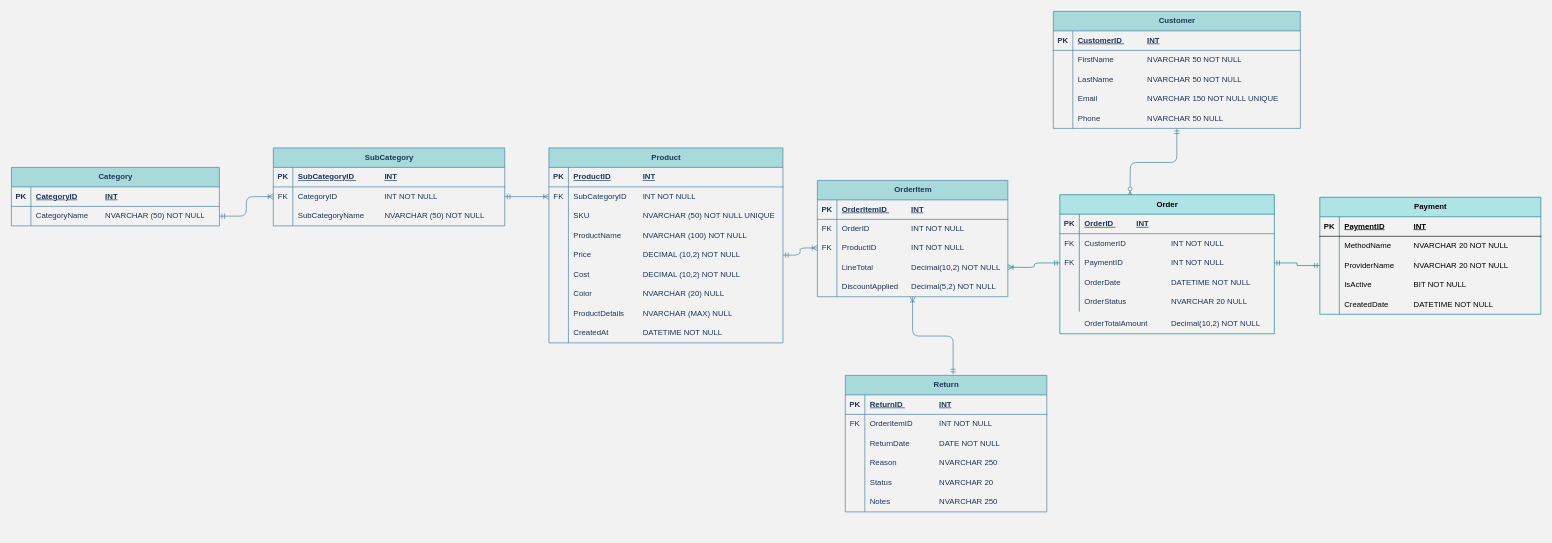
dargys/KimmosLektion keeps this draw.io diagram as page "Fysiska" (2 of 2) of NetOnNet.drawio. Above is the earlier version. Source tidied: cells renumbered, new cells numbered last; positions are measured from the earlier drawing's top-left corner, leaving out a move shared by most shapes. Both pictures are drawn from the tidied source at 65%, with x=0, y=0 at pixel (11, 11).
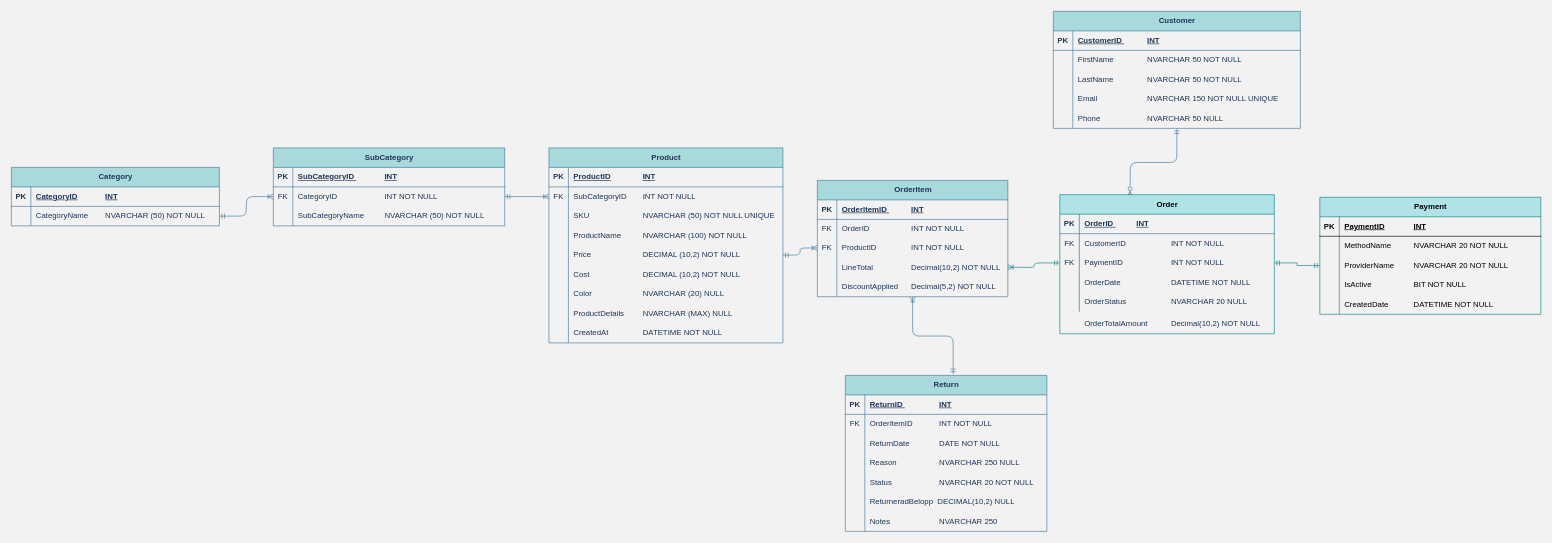
Above is the later version.

The change refers to these unchanged cells:
```xml
<mxCell id="76" style="shape=tableRow;horizontal=0;startSize=0;swimlaneHead=0;swimlaneBody=0;fillColor=none;top=0;left=0;right=0;bottom=0;strokeColor=#457B9D;fontColor=#1D3557;labelBackgroundColor=none;" parent="66" vertex="1">
  <mxGeometry y="120" width="310" height="30" as="geometry" />
</mxCell>
<mxCell id="79" style="shape=tableRow;horizontal=0;startSize=0;swimlaneHead=0;swimlaneBody=0;fillColor=none;top=0;left=0;right=0;bottom=0;strokeColor=#457B9D;fontColor=#1D3557;labelBackgroundColor=none;" parent="66" vertex="1">
  <mxGeometry y="150" width="310" height="30" as="geometry" />
</mxCell>
```

Change to the diagram source:
```diff
@@
     <mxCell id="66" value="Return" style="shape=table;startSize=30;childLayout=tableLayout;rowLines=0;fontStyle=1;align=center;html=1;strokeColor=#457B9D;fontColor=#1D3557;fillColor=#A8DADC;labelBackgroundColor=none;" parent="1" vertex="1">
-      <mxGeometry x="1283" y="560" width="310" height="210" as="geometry" />
+      <mxGeometry x="1283" y="560" width="310" height="240" as="geometry" />
     </mxCell>
@@
-    <mxCell id="78" value="Reason&lt;span style=&quot;white-space: pre;&quot;&gt;&#9;&lt;/span&gt;&lt;span style=&quot;white-space: pre;&quot;&gt;&#9;&lt;/span&gt;&lt;span style=&quot;white-space: pre;&quot;&gt;&#9;&lt;/span&gt;NVARCHAR 250" style="shape=partialRectangle;fillColor=none;top=0;left=0;bottom=0;right=0;align=left;spacingLeft=6;overflow=hidden;whiteSpace=wrap;html=1;strokeColor=#457B9D;fontColor=#1D3557;labelBackgroundColor=none;" parent="76" vertex="1">
+    <mxCell id="78" value="Reason&lt;span style=&quot;white-space: pre;&quot;&gt;&#9;&lt;/span&gt;&lt;span style=&quot;white-space: pre;&quot;&gt;&#9;&lt;/span&gt;&lt;span style=&quot;white-space: pre;&quot;&gt;&#9;&lt;/span&gt;NVARCHAR 250 NULL" style="shape=partialRectangle;fillColor=none;top=0;left=0;bottom=0;right=0;align=left;spacingLeft=6;overflow=hidden;whiteSpace=wrap;html=1;strokeColor=#457B9D;fontColor=#1D3557;labelBackgroundColor=none;" parent="76" vertex="1">
       <mxGeometry x="30" width="280" height="30" as="geometry" />
     </mxCell>
@@
-    <mxCell id="81" value="Status&lt;span style=&quot;white-space: pre;&quot;&gt;&#9;&lt;/span&gt;&lt;span style=&quot;white-space: pre;&quot;&gt;&#9;&lt;/span&gt;&lt;span style=&quot;white-space: pre;&quot;&gt;&#9;&lt;/span&gt;NVARCHAR 20" style="shape=partialRectangle;fillColor=none;top=0;left=0;bottom=0;right=0;align=left;spacingLeft=6;overflow=hidden;whiteSpace=wrap;html=1;strokeColor=#457B9D;fontColor=#1D3557;labelBackgroundColor=none;" parent="79" vertex="1">
+    <mxCell id="81" value="Status&lt;span style=&quot;white-space: pre;&quot;&gt;&#9;&lt;/span&gt;&lt;span style=&quot;white-space: pre;&quot;&gt;&#9;&lt;/span&gt;&lt;span style=&quot;white-space: pre;&quot;&gt;&#9;&lt;/span&gt;NVARCHAR 20 NOT NULL" style="shape=partialRectangle;fillColor=none;top=0;left=0;bottom=0;right=0;align=left;spacingLeft=6;overflow=hidden;whiteSpace=wrap;html=1;strokeColor=#457B9D;fontColor=#1D3557;labelBackgroundColor=none;" parent="79" vertex="1">
       <mxGeometry x="30" width="280" height="30" as="geometry" />
     </mxCell>
+    <mxCell id="140" style="shape=tableRow;horizontal=0;startSize=0;swimlaneHead=0;swimlaneBody=0;fillColor=none;top=0;left=0;right=0;bottom=0;strokeColor=#457B9D;fontColor=#1D3557;labelBackgroundColor=none;" parent="66" vertex="1">
+      <mxGeometry y="180" width="310" height="30" as="geometry" />
+    </mxCell>
+    <mxCell id="141" style="shape=partialRectangle;fillColor=none;top=0;left=0;bottom=0;right=0;overflow=hidden;whiteSpace=wrap;html=1;strokeColor=#457B9D;fontColor=#1D3557;labelBackgroundColor=none;" parent="140" vertex="1">
+      <mxGeometry width="30" height="30" as="geometry" />
+    </mxCell>
+    <mxCell id="142" value="ReturneradBelopp&amp;nbsp; DECIMAL(10,2) NULL" style="shape=partialRectangle;fillColor=none;top=0;left=0;bottom=0;right=0;align=left;spacingLeft=6;overflow=hidden;whiteSpace=wrap;html=1;strokeColor=#457B9D;fontColor=#1D3557;labelBackgroundColor=none;" parent="140" vertex="1">
+      <mxGeometry x="30" width="280" height="30" as="geometry" />
+    </mxCell>
     <mxCell id="82" style="shape=tableRow;horizontal=0;startSize=0;swimlaneHead=0;swimlaneBody=0;fillColor=none;top=0;left=0;right=0;bottom=0;strokeColor=#457B9D;fontColor=#1D3557;labelBackgroundColor=none;" parent="66" vertex="1">
-      <mxGeometry y="180" width="310" height="30" as="geometry" />
+      <mxGeometry y="210" width="310" height="30" as="geometry" />
     </mxCell>
```
